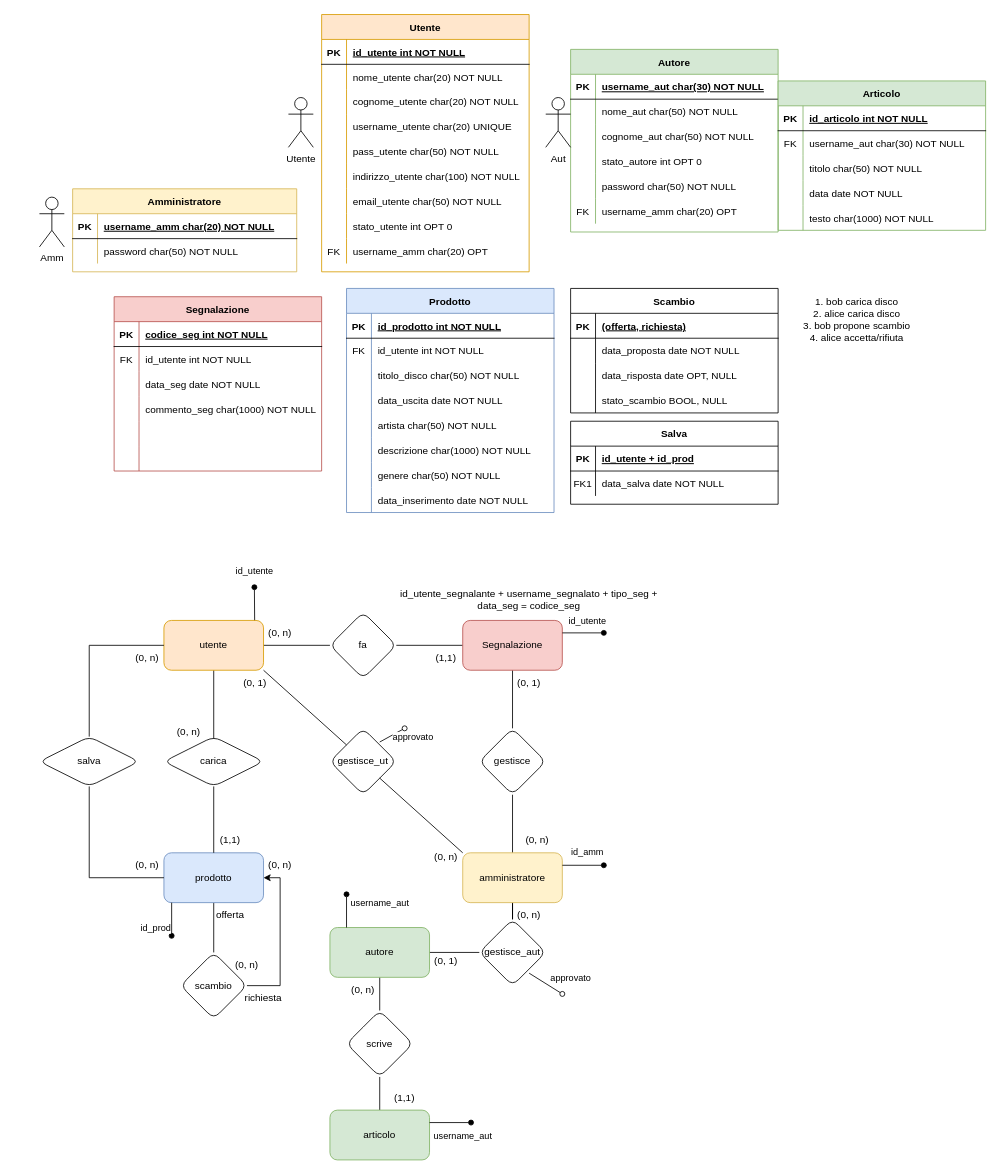
nonPitte/testDraw keeps this draw.io diagram as testDraw.drawio. Above is the earlier version. Source tidied: cells renumbered, new cells numbered last; positions are measured from the earlier drawing's top-left corner, leaving out a move shared by most shapes. Both pictures are drawn from the tidied source at 83%, with x=0, y=0 at pixel (39, 14).
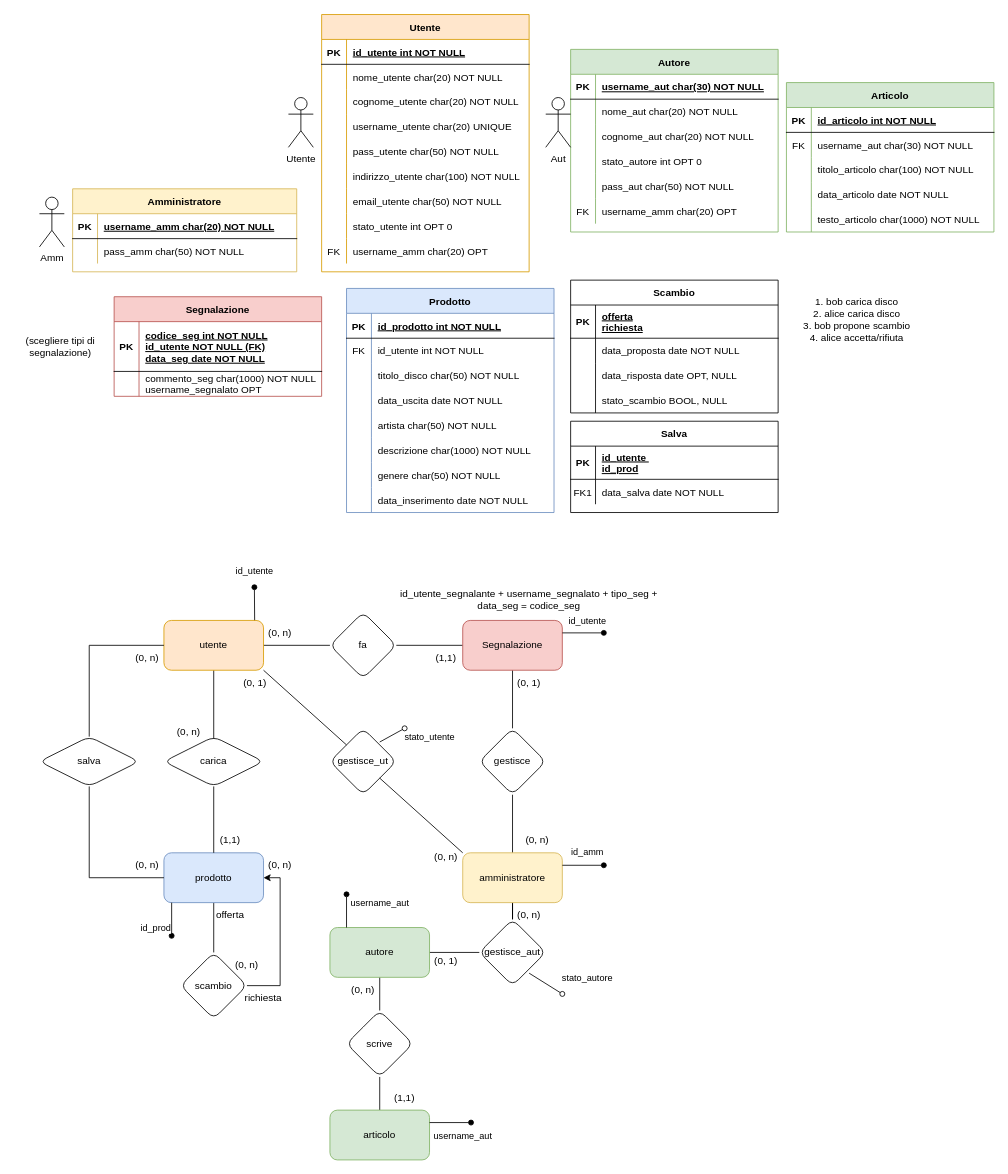
After the change.

Unchanged cells that the change refers to:
```xml
<mxCell id="60" style="shape=partialRectangle;fillColor=none;top=0;left=0;right=0;bottom=0;" parent="56" vertex="1">
  <mxGeometry y="60" width="270" height="30" as="geometry" />
</mxCell>
<mxCell id="135" style="shape=partialRectangle;fillColor=none;top=0;left=0;right=0;bottom=0;" parent="131" vertex="1">
  <mxGeometry y="60" width="250" height="30" as="geometry" />
</mxCell>
<mxCell id="138" style="shape=partialRectangle;fillColor=none;top=0;left=0;right=0;bottom=0;" parent="131" vertex="1">
  <mxGeometry y="90" width="250" height="30" as="geometry" />
</mxCell>
<mxCell id="144" style="shape=partialRectangle;fillColor=none;top=0;left=0;right=0;bottom=0;" parent="131" vertex="1">
  <mxGeometry y="150" width="250" height="30" as="geometry" />
</mxCell>
<mxCell id="167" style="shape=partialRectangle;fillColor=none;top=0;left=0;right=0;bottom=0;" parent="160" vertex="1">
  <mxGeometry y="90" width="250" height="30" as="geometry" />
</mxCell>
<mxCell id="170" style="shape=partialRectangle;fillColor=none;top=0;left=0;right=0;bottom=0;" parent="160" vertex="1">
  <mxGeometry y="120" width="250" height="30" as="geometry" />
</mxCell>
<mxCell id="173" style="shape=partialRectangle;fillColor=none;top=0;left=0;right=0;bottom=0;" parent="160" vertex="1">
  <mxGeometry y="150" width="250" height="30" as="geometry" />
</mxCell>
```

Diff of the diagram source:
```diff
@@
-    <mxCell id="62" value="password char(50) NOT NULL" style="shape=partialRectangle;overflow=hidden;fillColor=none;top=0;left=0;bottom=0;right=0;align=left;spacingLeft=6;" parent="60" vertex="1">
+    <mxCell id="62" value="pass_amm char(50) NOT NULL" style="shape=partialRectangle;overflow=hidden;fillColor=none;top=0;left=0;bottom=0;right=0;align=left;spacingLeft=6;" parent="60" vertex="1">
       <mxGeometry x="30" width="240" height="30" as="geometry" />
     </mxCell>
@@
     <mxCell id="97" value="Salva" style="shape=table;startSize=30;childLayout=tableLayout;rowLines=0;fontStyle=1;align=center;" parent="1" vertex="1">
-      <mxGeometry x="640" y="490" width="250" height="100" as="geometry" />
+      <mxGeometry x="640" y="490" width="250" height="110" as="geometry" />
     </mxCell>
     <mxCell id="98" style="shape=partialRectangle;fillColor=none;top=0;left=0;right=0;bottom=1;" parent="97" vertex="1">
-      <mxGeometry y="30" width="250" height="30" as="geometry" />
+      <mxGeometry y="30" width="250" height="40" as="geometry" />
     </mxCell>
     <mxCell id="99" value="PK" style="shape=partialRectangle;overflow=hidden;fillColor=none;top=0;left=0;bottom=0;right=0;fontStyle=1;" parent="98" vertex="1">
-      <mxGeometry width="30" height="30" as="geometry" />
+      <mxGeometry width="30" height="40" as="geometry" />
     </mxCell>
-    <mxCell id="100" value="id_utente + id_prod" style="shape=partialRectangle;overflow=hidden;fillColor=none;top=0;left=0;bottom=0;right=0;align=left;spacingLeft=6;fontStyle=5;" parent="98" vertex="1">
-      <mxGeometry x="30" width="220" height="30" as="geometry" />
+    <mxCell id="100" value="id_utente &#10;id_prod" style="shape=partialRectangle;overflow=hidden;fillColor=none;top=0;left=0;bottom=0;right=0;align=left;spacingLeft=6;fontStyle=5;" parent="98" vertex="1">
+      <mxGeometry x="30" width="220" height="40" as="geometry" />
     </mxCell>
     <mxCell id="101" style="shape=partialRectangle;fillColor=none;top=0;left=0;right=0;bottom=0;" parent="97" vertex="1">
-      <mxGeometry y="60" width="250" height="30" as="geometry" />
+      <mxGeometry y="70" width="250" height="30" as="geometry" />
     </mxCell>
@@
     <mxCell id="106" value="Scambio" style="shape=table;startSize=30;childLayout=tableLayout;rowLines=0;fontStyle=1;align=center;" parent="1" vertex="1">
-      <mxGeometry x="640" y="330" width="250" height="150" as="geometry" />
+      <mxGeometry x="640" y="320" width="250" height="160" as="geometry" />
     </mxCell>
     <mxCell id="107" style="shape=partialRectangle;fillColor=none;top=0;left=0;right=0;bottom=1;" parent="106" vertex="1">
-      <mxGeometry y="30" width="250" height="30" as="geometry" />
+      <mxGeometry y="30" width="250" height="40" as="geometry" />
     </mxCell>
     <mxCell id="108" value="PK" style="shape=partialRectangle;overflow=hidden;fillColor=none;top=0;left=0;bottom=0;right=0;fontStyle=1;" parent="107" vertex="1">
-      <mxGeometry width="30" height="30" as="geometry" />
+      <mxGeometry width="30" height="40" as="geometry" />
     </mxCell>
-    <mxCell id="109" value="(offerta, richiesta)" style="shape=partialRectangle;overflow=hidden;fillColor=none;top=0;left=0;bottom=0;right=0;align=left;spacingLeft=6;fontStyle=5;" parent="107" vertex="1">
-      <mxGeometry x="30" width="220" height="30" as="geometry" />
+    <mxCell id="109" value="offerta&#10;richiesta" style="shape=partialRectangle;overflow=hidden;fillColor=none;top=0;left=0;bottom=0;right=0;align=left;spacingLeft=6;fontStyle=5;" parent="107" vertex="1">
+      <mxGeometry x="30" width="220" height="40" as="geometry" />
     </mxCell>
     <mxCell id="110" style="shape=partialRectangle;fillColor=none;top=0;left=0;right=0;bottom=0;" parent="106" vertex="1">
-      <mxGeometry y="60" width="250" height="30" as="geometry" />
+      <mxGeometry y="70" width="250" height="30" as="geometry" />
     </mxCell>
@@
     <mxCell id="113" style="shape=partialRectangle;fillColor=none;top=0;left=0;right=0;bottom=0;" parent="106" vertex="1">
-      <mxGeometry y="90" width="250" height="30" as="geometry" />
+      <mxGeometry y="100" width="250" height="30" as="geometry" />
     </mxCell>
@@
     <mxCell id="116" style="shape=partialRectangle;fillColor=none;top=0;left=0;right=0;bottom=0;" parent="106" vertex="1">
-      <mxGeometry y="120" width="250" height="30" as="geometry" />
+      <mxGeometry y="130" width="250" height="30" as="geometry" />
     </mxCell>
@@
-    <mxCell id="137" value="nome_aut char(50) NOT NULL" style="shape=partialRectangle;overflow=hidden;fillColor=none;top=0;left=0;bottom=0;right=0;align=left;spacingLeft=6;" parent="135" vertex="1">
+    <mxCell id="137" value="nome_aut char(20) NOT NULL" style="shape=partialRectangle;overflow=hidden;fillColor=none;top=0;left=0;bottom=0;right=0;align=left;spacingLeft=6;" parent="135" vertex="1">
       <mxGeometry x="30" width="220" height="30" as="geometry" />
     </mxCell>
@@
-    <mxCell id="140" value="cognome_aut char(50) NOT NULL" style="shape=partialRectangle;overflow=hidden;fillColor=none;top=0;left=0;bottom=0;right=0;align=left;spacingLeft=6;" parent="138" vertex="1">
+    <mxCell id="140" value="cognome_aut char(20) NOT NULL" style="shape=partialRectangle;overflow=hidden;fillColor=none;top=0;left=0;bottom=0;right=0;align=left;spacingLeft=6;" parent="138" vertex="1">
       <mxGeometry x="30" width="220" height="30" as="geometry" />
     </mxCell>
@@
-    <mxCell id="146" value="password char(50) NOT NULL" style="shape=partialRectangle;overflow=hidden;fillColor=none;top=0;left=0;bottom=0;right=0;align=left;spacingLeft=6;" parent="144" vertex="1">
+    <mxCell id="146" value="pass_aut char(50) NOT NULL" style="shape=partialRectangle;overflow=hidden;fillColor=none;top=0;left=0;bottom=0;right=0;align=left;spacingLeft=6;" parent="144" vertex="1">
       <mxGeometry x="30" width="220" height="30" as="geometry" />
     </mxCell>
@@
-    <mxCell id="152" value="approvato" style="html=1;verticalAlign=bottom;startArrow=oval;startFill=0;endArrow=none;startSize=6;endSize=8;curved=0;rounded=0;endFill=0;entryX=1;entryY=0.25;entryDx=0;entryDy=0;strokeColor=default;" parent="1" edge="1">
-      <mxGeometry x="-1" y="-14" relative="1" as="geometry">
+    <mxCell id="152" value="stato_autore" style="html=1;verticalAlign=bottom;startArrow=oval;startFill=0;endArrow=none;startSize=6;endSize=8;curved=0;rounded=0;endFill=0;entryX=1;entryY=0.25;entryDx=0;entryDy=0;strokeColor=default;" parent="1" edge="1">
+      <mxGeometry x="-1" y="-32" relative="1" as="geometry">
         <mxPoint x="630" y="1180" as="sourcePoint" />
         <mxPoint x="590" y="1155" as="targetPoint" />
-        <mxPoint x="3" y="2" as="offset" />
+        <mxPoint x="13" y="17" as="offset" />
       </mxGeometry>
     </mxCell>
@@
     <mxCell id="160" value="Articolo" style="shape=table;startSize=30;childLayout=tableLayout;rowLines=0;fontStyle=1;align=center;fillColor=#d5e8d4;strokeColor=#82b366;" parent="1" vertex="1">
-      <mxGeometry x="890" y="80" width="250" height="180" as="geometry" />
+      <mxGeometry x="900" y="82" width="250" height="180" as="geometry" />
     </mxCell>
@@
-    <mxCell id="169" value="titolo char(50) NOT NULL" style="shape=partialRectangle;overflow=hidden;fillColor=none;top=0;left=0;bottom=0;right=0;align=left;spacingLeft=6;" parent="167" vertex="1">
+    <mxCell id="169" value="titolo_articolo char(100) NOT NULL" style="shape=partialRectangle;overflow=hidden;fillColor=none;top=0;left=0;bottom=0;right=0;align=left;spacingLeft=6;" parent="167" vertex="1">
       <mxGeometry x="30" width="220" height="30" as="geometry" />
     </mxCell>
@@
-    <mxCell id="172" value="data date NOT NULL" style="shape=partialRectangle;overflow=hidden;fillColor=none;top=0;left=0;bottom=0;right=0;align=left;spacingLeft=6;" parent="170" vertex="1">
+    <mxCell id="172" value="data_articolo date NOT NULL" style="shape=partialRectangle;overflow=hidden;fillColor=none;top=0;left=0;bottom=0;right=0;align=left;spacingLeft=6;" parent="170" vertex="1">
       <mxGeometry x="30" width="220" height="30" as="geometry" />
     </mxCell>
@@
-    <mxCell id="175" value="testo char(1000) NOT NULL" style="shape=partialRectangle;overflow=hidden;fillColor=none;top=0;left=0;bottom=0;right=0;align=left;spacingLeft=6;" parent="173" vertex="1">
+    <mxCell id="175" value="testo_articolo char(1000) NOT NULL" style="shape=partialRectangle;overflow=hidden;fillColor=none;top=0;left=0;bottom=0;right=0;align=left;spacingLeft=6;" parent="173" vertex="1">
       <mxGeometry x="30" width="220" height="30" as="geometry" />
     </mxCell>
@@
-    <mxCell id="178" value="approvato" style="html=1;verticalAlign=bottom;startArrow=oval;startFill=0;endArrow=none;startSize=6;endSize=8;curved=0;rounded=0;endFill=0;entryX=0.911;entryY=0.043;entryDx=0;entryDy=0;entryPerimeter=0;" parent="1" edge="1">
-      <mxGeometry x="-0.95" y="22" relative="1" as="geometry">
+    <mxCell id="178" value="stato_utente" style="html=1;verticalAlign=bottom;startArrow=oval;startFill=0;endArrow=none;startSize=6;endSize=8;curved=0;rounded=0;endFill=0;entryX=0.911;entryY=0.043;entryDx=0;entryDy=0;entryPerimeter=0;" parent="1" edge="1">
+      <mxGeometry x="-1" y="36" relative="1" as="geometry">
         <mxPoint x="440" y="860" as="sourcePoint" />
         <mxPoint x="410" y="876.5" as="targetPoint" />
+        <mxPoint x="13" y="-12" as="offset" />
       </mxGeometry>
     </mxCell>
     <mxCell id="179" value="Segnalazione" style="shape=table;startSize=30;childLayout=tableLayout;rowLines=0;fontStyle=1;align=center;fillColor=#f8cecc;strokeColor=#b85450;" parent="1" vertex="1">
-      <mxGeometry x="90" y="340" width="250" height="210" as="geometry" />
+      <mxGeometry x="90" y="340" width="250" height="120" as="geometry" />
     </mxCell>
     <mxCell id="180" style="shape=partialRectangle;fillColor=none;top=0;left=0;right=0;bottom=1;" parent="179" vertex="1">
-      <mxGeometry y="30" width="250" height="30" as="geometry" />
+      <mxGeometry y="30" width="250" height="60" as="geometry" />
     </mxCell>
     <mxCell id="181" value="PK" style="shape=partialRectangle;overflow=hidden;fillColor=none;top=0;left=0;bottom=0;right=0;fontStyle=1;" parent="180" vertex="1">
-      <mxGeometry width="30" height="30" as="geometry" />
+      <mxGeometry width="30" height="60" as="geometry" />
     </mxCell>
-    <mxCell id="182" value="codice_seg int NOT NULL " style="shape=partialRectangle;overflow=hidden;fillColor=none;top=0;left=0;bottom=0;right=0;align=left;spacingLeft=6;fontStyle=5;" parent="180" vertex="1">
-      <mxGeometry x="30" width="220" height="30" as="geometry" />
+    <mxCell id="182" value="codice_seg int NOT NULL &#10;id_utente NOT NULL (FK)&#10;data_seg date NOT NULL" style="shape=partialRectangle;overflow=hidden;fillColor=none;top=0;left=0;bottom=0;right=0;align=left;spacingLeft=6;fontStyle=5;" parent="180" vertex="1">
+      <mxGeometry x="30" width="220" height="60" as="geometry" />
     </mxCell>
-    <mxCell id="183" style="shape=partialRectangle;fillColor=none;top=0;left=0;right=0;bottom=0;" parent="179" vertex="1">
-      <mxGeometry y="60" width="250" height="30" as="geometry" />
-    </mxCell>
-    <mxCell id="184" value="FK" style="shape=partialRectangle;overflow=hidden;fillColor=none;top=0;left=0;bottom=0;right=0;" parent="183" vertex="1">
-      <mxGeometry width="30" height="30" as="geometry" />
-    </mxCell>
-    <mxCell id="185" value="id_utente int NOT NULL " style="shape=partialRectangle;overflow=hidden;fillColor=none;top=0;left=0;bottom=0;right=0;align=left;spacingLeft=6;" parent="183" vertex="1">
-      <mxGeometry x="30" width="220" height="30" as="geometry" />
-    </mxCell>
-    <mxCell id="186" style="shape=partialRectangle;fillColor=none;top=0;left=0;right=0;bottom=0;" parent="179" vertex="1">
-      <mxGeometry y="90" width="250" height="30" as="geometry" />
-    </mxCell>
-    <mxCell id="187" style="shape=partialRectangle;overflow=hidden;fillColor=none;top=0;left=0;bottom=0;right=0;" parent="186" vertex="1">
-      <mxGeometry width="30" height="30" as="geometry" />
-    </mxCell>
-    <mxCell id="188" value="data_seg date NOT NULL" style="shape=partialRectangle;overflow=hidden;fillColor=none;top=0;left=0;bottom=0;right=0;align=left;spacingLeft=6;" parent="186" vertex="1">
-      <mxGeometry x="30" width="220" height="30" as="geometry" />
-    </mxCell>
     <mxCell id="189" style="shape=partialRectangle;fillColor=none;top=0;left=0;right=0;bottom=0;" parent="179" vertex="1">
-      <mxGeometry y="120" width="250" height="30" as="geometry" />
+      <mxGeometry y="90" width="250" height="30" as="geometry" />
     </mxCell>
@@
-    <mxCell id="191" value="commento_seg char(1000) NOT NULL" style="shape=partialRectangle;overflow=hidden;fillColor=none;top=0;left=0;bottom=0;right=0;align=left;spacingLeft=6;" parent="189" vertex="1">
+    <mxCell id="191" value="commento_seg char(1000) NOT NULL&#10;username_segnalato OPT" style="shape=partialRectangle;overflow=hidden;fillColor=none;top=0;left=0;bottom=0;right=0;align=left;spacingLeft=6;" parent="189" vertex="1">
       <mxGeometry x="30" width="220" height="30" as="geometry" />
     </mxCell>
-    <mxCell id="192" style="shape=partialRectangle;fillColor=none;top=0;left=0;right=0;bottom=0;" parent="179" vertex="1">
-      <mxGeometry y="150" width="250" height="30" as="geometry" />
-    </mxCell>
-    <mxCell id="193" style="shape=partialRectangle;overflow=hidden;fillColor=none;top=0;left=0;bottom=0;right=0;" parent="192" vertex="1">
-      <mxGeometry width="30" height="30" as="geometry" />
-    </mxCell>
-    <mxCell id="194" style="shape=partialRectangle;overflow=hidden;fillColor=none;top=0;left=0;bottom=0;right=0;align=left;spacingLeft=6;" parent="192" vertex="1">
-      <mxGeometry x="30" width="220" height="30" as="geometry" />
-    </mxCell>
-    <mxCell id="195" style="shape=partialRectangle;fillColor=none;top=0;left=0;right=0;bottom=0;" parent="179" vertex="1">
-      <mxGeometry y="180" width="250" height="30" as="geometry" />
-    </mxCell>
-    <mxCell id="196" style="shape=partialRectangle;overflow=hidden;fillColor=none;top=0;left=0;bottom=0;right=0;" parent="195" vertex="1">
-      <mxGeometry width="30" height="30" as="geometry" />
-    </mxCell>
-    <mxCell id="197" style="shape=partialRectangle;overflow=hidden;fillColor=none;top=0;left=0;bottom=0;right=0;align=left;spacingLeft=6;" parent="195" vertex="1">
-      <mxGeometry x="30" width="220" height="30" as="geometry" />
-    </mxCell>
+    <mxCell id="198" value="(scegliere tipi di&lt;div&gt;segnalazione)&lt;/div&gt;" style="text;html=1;align=center;verticalAlign=middle;strokeColor=none;fillColor=none;" parent="1" vertex="1">
+      <mxGeometry x="-30" y="380" width="110" height="40" as="geometry" />
+    </mxCell>
```
